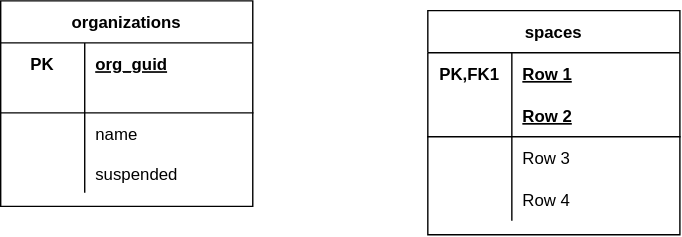
Above: docs/datamodel.svg in alphagov/paas-steampipe-dashboard (draw.io), before the change. Source tidied: cells renumbered, new cells last; positions are measured from the earlier drawing's top-left corner, leaving out a move shared by most shapes.
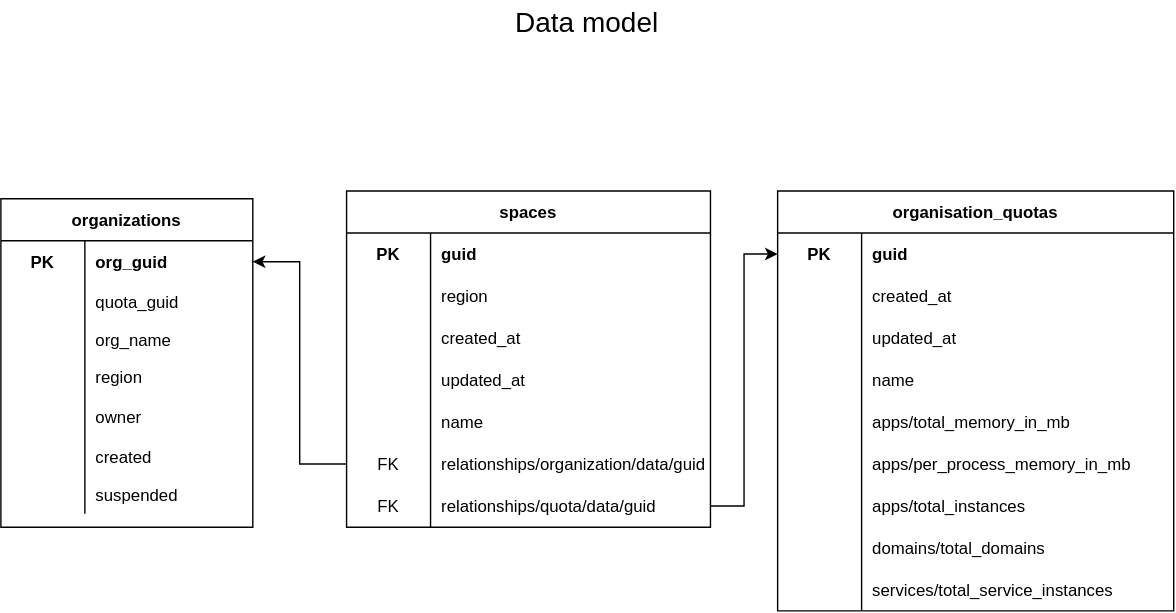
The same file after the commit.

Commit message:
refresh diagram

Change to the diagram source:
```diff
@@ -3,7 +3,7 @@
     <mxCell id="0" />
     <mxCell id="1" parent="0" />
     <mxCell id="2" value="organizations" style="shape=table;startSize=30;rowLines=0;fontStyle=1;align=center;" parent="1" vertex="1">
-      <mxGeometry width="180" height="146.8" as="geometry" />
+      <mxGeometry x="78" y="-15.5" width="180" height="234.8" as="geometry" />
     </mxCell>
     <mxCell id="3" style="shape=tableRow;horizontal=0;startSize=0;swimlaneHead=0;swimlaneBody=0;fillColor=none;points=[[0,0.5],[1,0.5]];portConstraint=eastwest;top=0;left=0;right=0;bottom=0;" parent="2" vertex="1">
       <mxGeometry y="30" width="180" height="30" as="geometry" />
@@ -11,74 +11,221 @@
     <mxCell id="4" value="PK" style="shape=partialRectangle;fillColor=none;top=0;left=0;bottom=0;right=0;fontStyle=1;overflow=hidden;" parent="3" vertex="1">
       <mxGeometry width="60" height="30" as="geometry" />
     </mxCell>
-    <mxCell id="5" value="org_guid" style="shape=partialRectangle;fillColor=none;top=0;left=0;bottom=0;right=0;align=left;spacingLeft=6;fontStyle=5;overflow=hidden;" parent="3" vertex="1">
+    <mxCell id="5" value="org_guid" style="shape=partialRectangle;fillColor=none;top=0;left=0;bottom=0;right=0;align=left;spacingLeft=6;fontStyle=1;overflow=hidden;" parent="3" vertex="1">
       <mxGeometry x="60" width="120" height="30" as="geometry" />
     </mxCell>
-    <mxCell id="6" style="shape=tableRow;horizontal=0;startSize=0;swimlaneHead=0;swimlaneBody=0;fillColor=none;top=0;left=0;right=0;bottom=1;" parent="2" vertex="1">
-      <mxGeometry y="60" width="180" height="20" as="geometry" />
-    </mxCell>
-    <mxCell id="7" style="shape=partialRectangle;fillColor=none;top=0;left=0;bottom=0;right=0;fontStyle=1;overflow=hidden;" parent="6" vertex="1">
-      <mxGeometry width="60" height="20" as="geometry" />
-    </mxCell>
-    <mxCell id="8" style="shape=partialRectangle;fillColor=none;top=0;left=0;bottom=0;right=0;align=left;spacingLeft=6;fontStyle=5;overflow=hidden;" parent="6" vertex="1">
-      <mxGeometry x="60" width="120" height="20" as="geometry" />
-    </mxCell>
+    <mxCell id="28" style="shape=tableRow;horizontal=0;startSize=0;swimlaneHead=0;swimlaneBody=0;fillColor=none;top=0;left=0;right=0;bottom=0;" parent="2" vertex="1">
+      <mxGeometry y="60" width="180" height="27" as="geometry" />
+    </mxCell>
+    <mxCell id="29" style="shape=partialRectangle;fillColor=none;top=0;left=0;bottom=0;right=0;overflow=hidden;" parent="28" vertex="1">
+      <mxGeometry width="60" height="27" as="geometry" />
+    </mxCell>
+    <mxCell id="30" value="quota_guid" style="shape=partialRectangle;fillColor=none;top=0;left=0;bottom=0;right=0;align=left;spacingLeft=6;overflow=hidden;" parent="28" vertex="1">
+      <mxGeometry x="60" width="120" height="27" as="geometry" />
+    </mxCell>
+    <mxCell id="31" style="shape=tableRow;horizontal=0;startSize=0;swimlaneHead=0;swimlaneBody=0;fillColor=none;top=0;left=0;right=0;bottom=0;" parent="2" vertex="1">
+      <mxGeometry y="87" width="180" height="27" as="geometry" />
+    </mxCell>
+    <mxCell id="32" style="shape=partialRectangle;fillColor=none;top=0;left=0;bottom=0;right=0;overflow=hidden;" parent="31" vertex="1">
+      <mxGeometry width="60" height="27" as="geometry" />
+    </mxCell>
+    <mxCell id="33" value="org_name" style="shape=partialRectangle;fillColor=none;top=0;left=0;bottom=0;right=0;align=left;spacingLeft=6;overflow=hidden;" parent="31" vertex="1">
+      <mxGeometry x="60" width="120" height="27" as="geometry" />
+    </mxCell>
+    <mxCell id="12" style="shape=tableRow;horizontal=0;startSize=0;swimlaneHead=0;swimlaneBody=0;fillColor=none;top=0;left=0;right=0;bottom=0;" parent="2" vertex="1">
+      <mxGeometry y="114" width="180" height="27" as="geometry" />
+    </mxCell>
+    <mxCell id="13" style="shape=partialRectangle;fillColor=none;top=0;left=0;bottom=0;right=0;overflow=hidden;" parent="12" vertex="1">
+      <mxGeometry width="60" height="27" as="geometry" />
+    </mxCell>
+    <mxCell id="14" value="region" style="shape=partialRectangle;fillColor=none;top=0;left=0;bottom=0;right=0;align=left;spacingLeft=6;overflow=hidden;" parent="12" vertex="1">
+      <mxGeometry x="60" width="120" height="27" as="geometry" />
+    </mxCell>
     <mxCell id="9" style="shape=tableRow;horizontal=0;startSize=0;swimlaneHead=0;swimlaneBody=0;fillColor=none;top=0;left=0;right=0;bottom=0;" parent="2" vertex="1">
-      <mxGeometry y="80" width="180" height="30" as="geometry" />
+      <mxGeometry y="141" width="180" height="30" as="geometry" />
     </mxCell>
     <mxCell id="10" style="shape=partialRectangle;fillColor=none;top=0;left=0;bottom=0;right=0;overflow=hidden;" parent="9" vertex="1">
       <mxGeometry width="60" height="30" as="geometry" />
     </mxCell>
-    <mxCell id="11" value="name" style="shape=partialRectangle;fillColor=none;top=0;left=0;bottom=0;right=0;align=left;spacingLeft=6;overflow=hidden;" parent="9" vertex="1">
+    <mxCell id="11" value="owner" style="shape=partialRectangle;fillColor=none;top=0;left=0;bottom=0;right=0;align=left;spacingLeft=6;overflow=hidden;" parent="9" vertex="1">
       <mxGeometry x="60" width="120" height="30" as="geometry" />
     </mxCell>
-    <mxCell id="12" style="shape=tableRow;horizontal=0;startSize=0;swimlaneHead=0;swimlaneBody=0;fillColor=none;top=0;left=0;right=0;bottom=0;" parent="2" vertex="1">
-      <mxGeometry y="110" width="180" height="27" as="geometry" />
-    </mxCell>
-    <mxCell id="13" style="shape=partialRectangle;fillColor=none;top=0;left=0;bottom=0;right=0;overflow=hidden;" parent="12" vertex="1">
-      <mxGeometry width="60" height="27" as="geometry" />
-    </mxCell>
-    <mxCell id="14" value="suspended         " style="shape=partialRectangle;fillColor=none;top=0;left=0;bottom=0;right=0;align=left;spacingLeft=6;overflow=hidden;" parent="12" vertex="1">
-      <mxGeometry x="60" width="120" height="27" as="geometry" />
-    </mxCell>
+    <mxCell id="34" style="shape=tableRow;horizontal=0;startSize=0;swimlaneHead=0;swimlaneBody=0;fillColor=none;top=0;left=0;right=0;bottom=0;" parent="2" vertex="1">
+      <mxGeometry y="171" width="180" height="27" as="geometry" />
+    </mxCell>
+    <mxCell id="35" style="shape=partialRectangle;fillColor=none;top=0;left=0;bottom=0;right=0;overflow=hidden;" parent="34" vertex="1">
+      <mxGeometry width="60" height="27" as="geometry" />
+    </mxCell>
+    <mxCell id="36" value="created" style="shape=partialRectangle;fillColor=none;top=0;left=0;bottom=0;right=0;align=left;spacingLeft=6;overflow=hidden;" parent="34" vertex="1">
+      <mxGeometry x="60" width="120" height="27" as="geometry" />
+    </mxCell>
+    <mxCell id="37" style="shape=tableRow;horizontal=0;startSize=0;swimlaneHead=0;swimlaneBody=0;fillColor=none;top=0;left=0;right=0;bottom=0;" parent="2" vertex="1">
+      <mxGeometry y="198" width="180" height="27" as="geometry" />
+    </mxCell>
+    <mxCell id="38" style="shape=partialRectangle;fillColor=none;top=0;left=0;bottom=0;right=0;overflow=hidden;" parent="37" vertex="1">
+      <mxGeometry width="60" height="27" as="geometry" />
+    </mxCell>
+    <mxCell id="39" value="suspended" style="shape=partialRectangle;fillColor=none;top=0;left=0;bottom=0;right=0;align=left;spacingLeft=6;overflow=hidden;" parent="37" vertex="1">
+      <mxGeometry x="60" width="120" height="27" as="geometry" />
+    </mxCell>
     <mxCell id="15" value="spaces" style="shape=table;startSize=30;rowLines=0;fontStyle=1;align=center;" parent="1" vertex="1">
-      <mxGeometry x="305" y="7" width="180" height="160" as="geometry" />
+      <mxGeometry x="325" y="-21" width="260" height="240.2" as="geometry" />
     </mxCell>
     <mxCell id="16" style="shape=tableRow;horizontal=0;startSize=0;swimlaneHead=0;swimlaneBody=0;fillColor=none;top=0;left=0;right=0;bottom=0;" parent="15" vertex="1">
-      <mxGeometry y="30" width="180" height="30" as="geometry" />
+      <mxGeometry y="30" width="260" height="30" as="geometry" />
     </mxCell>
-    <mxCell id="17" value="PK,FK1" style="shape=partialRectangle;fillColor=none;top=0;left=0;bottom=0;right=0;fontStyle=1;overflow=hidden;" parent="16" vertex="1">
+    <mxCell id="17" value="PK" style="shape=partialRectangle;fillColor=none;top=0;left=0;bottom=0;right=0;fontStyle=1;overflow=hidden;" parent="16" vertex="1">
       <mxGeometry width="60" height="30" as="geometry" />
     </mxCell>
-    <mxCell id="18" value="Row 1" style="shape=partialRectangle;fillColor=none;top=0;left=0;bottom=0;right=0;align=left;spacingLeft=6;fontStyle=5;overflow=hidden;" parent="16" vertex="1">
-      <mxGeometry x="60" width="120" height="30" as="geometry" />
+    <mxCell id="18" value="guid" style="shape=partialRectangle;fillColor=none;top=0;left=0;bottom=0;right=0;align=left;spacingLeft=6;fontStyle=1;overflow=hidden;" parent="16" vertex="1">
+      <mxGeometry x="60" width="200" height="30" as="geometry" />
     </mxCell>
-    <mxCell id="19" style="shape=tableRow;horizontal=0;startSize=0;swimlaneHead=0;swimlaneBody=0;fillColor=none;top=0;left=0;right=0;bottom=1;" parent="15" vertex="1">
-      <mxGeometry y="60" width="180" height="30" as="geometry" />
-    </mxCell>
-    <mxCell id="20" style="shape=partialRectangle;fillColor=none;top=0;left=0;bottom=0;right=0;fontStyle=1;overflow=hidden;" parent="19" vertex="1">
-      <mxGeometry width="60" height="30" as="geometry" />
-    </mxCell>
-    <mxCell id="21" value="Row 2" style="shape=partialRectangle;fillColor=none;top=0;left=0;bottom=0;right=0;align=left;spacingLeft=6;fontStyle=5;overflow=hidden;" parent="19" vertex="1">
-      <mxGeometry x="60" width="120" height="30" as="geometry" />
-    </mxCell>
     <mxCell id="22" style="shape=tableRow;horizontal=0;startSize=0;swimlaneHead=0;swimlaneBody=0;fillColor=none;top=0;left=0;right=0;bottom=0;" parent="15" vertex="1">
-      <mxGeometry y="90" width="180" height="30" as="geometry" />
+      <mxGeometry y="60" width="260" height="30" as="geometry" />
     </mxCell>
     <mxCell id="23" style="shape=partialRectangle;fillColor=none;top=0;left=0;bottom=0;right=0;overflow=hidden;" parent="22" vertex="1">
       <mxGeometry width="60" height="30" as="geometry" />
     </mxCell>
-    <mxCell id="24" value="Row 3" style="shape=partialRectangle;fillColor=none;top=0;left=0;bottom=0;right=0;align=left;spacingLeft=6;overflow=hidden;" parent="22" vertex="1">
-      <mxGeometry x="60" width="120" height="30" as="geometry" />
+    <mxCell id="24" value="region" style="shape=partialRectangle;fillColor=none;top=0;left=0;bottom=0;right=0;align=left;spacingLeft=6;overflow=hidden;" parent="22" vertex="1">
+      <mxGeometry x="60" width="200" height="30" as="geometry" />
     </mxCell>
     <mxCell id="25" style="shape=tableRow;horizontal=0;startSize=0;swimlaneHead=0;swimlaneBody=0;fillColor=none;top=0;left=0;right=0;bottom=0;" parent="15" vertex="1">
-      <mxGeometry y="120" width="180" height="30" as="geometry" />
+      <mxGeometry y="90" width="260" height="30" as="geometry" />
     </mxCell>
     <mxCell id="26" style="shape=partialRectangle;fillColor=none;top=0;left=0;bottom=0;right=0;overflow=hidden;" parent="25" vertex="1">
       <mxGeometry width="60" height="30" as="geometry" />
     </mxCell>
-    <mxCell id="27" value="Row 4" style="shape=partialRectangle;fillColor=none;top=0;left=0;bottom=0;right=0;align=left;spacingLeft=6;overflow=hidden;" parent="25" vertex="1">
-      <mxGeometry x="60" width="120" height="30" as="geometry" />
+    <mxCell id="27" value="created_at" style="shape=partialRectangle;fillColor=none;top=0;left=0;bottom=0;right=0;align=left;spacingLeft=6;overflow=hidden;" parent="25" vertex="1">
+      <mxGeometry x="60" width="200" height="30" as="geometry" />
     </mxCell>
+    <mxCell id="40" style="shape=tableRow;horizontal=0;startSize=0;swimlaneHead=0;swimlaneBody=0;fillColor=none;top=0;left=0;right=0;bottom=0;" parent="15" vertex="1">
+      <mxGeometry y="120" width="260" height="30" as="geometry" />
+    </mxCell>
+    <mxCell id="41" style="shape=partialRectangle;fillColor=none;top=0;left=0;bottom=0;right=0;overflow=hidden;" parent="40" vertex="1">
+      <mxGeometry width="60" height="30" as="geometry" />
+    </mxCell>
+    <mxCell id="42" value="updated_at" style="shape=partialRectangle;fillColor=none;top=0;left=0;bottom=0;right=0;align=left;spacingLeft=6;overflow=hidden;" parent="40" vertex="1">
+      <mxGeometry x="60" width="200" height="30" as="geometry" />
+    </mxCell>
+    <mxCell id="43" style="shape=tableRow;horizontal=0;startSize=0;swimlaneHead=0;swimlaneBody=0;fillColor=none;top=0;left=0;right=0;bottom=0;" parent="15" vertex="1">
+      <mxGeometry y="150" width="260" height="30" as="geometry" />
+    </mxCell>
+    <mxCell id="44" style="shape=partialRectangle;fillColor=none;top=0;left=0;bottom=0;right=0;overflow=hidden;" parent="43" vertex="1">
+      <mxGeometry width="60" height="30" as="geometry" />
+    </mxCell>
+    <mxCell id="45" value="name" style="shape=partialRectangle;fillColor=none;top=0;left=0;bottom=0;right=0;align=left;spacingLeft=6;overflow=hidden;" parent="43" vertex="1">
+      <mxGeometry x="60" width="200" height="30" as="geometry" />
+    </mxCell>
+    <mxCell id="46" style="shape=tableRow;horizontal=0;startSize=0;swimlaneHead=0;swimlaneBody=0;fillColor=none;points=[[0,0.5],[1,0.5]];portConstraint=eastwest;top=0;left=0;right=0;bottom=0;" parent="15" vertex="1">
+      <mxGeometry y="180" width="260" height="30" as="geometry" />
+    </mxCell>
+    <mxCell id="47" value="FK" style="shape=partialRectangle;fillColor=none;top=0;left=0;bottom=0;right=0;overflow=hidden;" parent="46" vertex="1">
+      <mxGeometry width="60" height="30" as="geometry" />
+    </mxCell>
+    <mxCell id="48" value="relationships/organization/data/guid" style="shape=partialRectangle;fillColor=none;top=0;left=0;bottom=0;right=0;align=left;spacingLeft=6;overflow=hidden;" parent="46" vertex="1">
+      <mxGeometry x="60" width="200" height="30" as="geometry" />
+    </mxCell>
+    <mxCell id="49" style="shape=tableRow;horizontal=0;startSize=0;swimlaneHead=0;swimlaneBody=0;fillColor=none;points=[[0,0.5],[1,0.5]];portConstraint=eastwest;top=0;left=0;right=0;bottom=0;" parent="15" vertex="1">
+      <mxGeometry y="210" width="260" height="30" as="geometry" />
+    </mxCell>
+    <mxCell id="50" value="FK" style="shape=partialRectangle;fillColor=none;top=0;left=0;bottom=0;right=0;overflow=hidden;" parent="49" vertex="1">
+      <mxGeometry width="60" height="30" as="geometry" />
+    </mxCell>
+    <mxCell id="51" value="relationships/quota/data/guid" style="shape=partialRectangle;fillColor=none;top=0;left=0;bottom=0;right=0;align=left;spacingLeft=6;overflow=hidden;" parent="49" vertex="1">
+      <mxGeometry x="60" width="200" height="30" as="geometry" />
+    </mxCell>
+    <mxCell id="52" style="edgeStyle=orthogonalEdgeStyle;rounded=0;jettySize=auto;html=1;" parent="1" edge="1" source="46" target="3">
+      <mxGeometry relative="1" as="geometry" />
+    </mxCell>
+    <mxCell id="53" value="&lt;font style=&quot;font-size: 20px;&quot;&gt;Data model&lt;/font&gt;" style="text;html=1;strokeColor=none;fillColor=none;align=center;verticalAlign=middle;whiteSpace=wrap;rounded=0;" parent="1" vertex="1">
+      <mxGeometry x="399" y="-157" width="196" height="30" as="geometry" />
+    </mxCell>
+    <mxCell id="54" value="organisation_quotas" style="shape=table;startSize=30;rowLines=0;fontStyle=1;align=center;fontSize=12;" parent="1" vertex="1">
+      <mxGeometry x="633" y="-21" width="283" height="300" as="geometry" />
+    </mxCell>
+    <mxCell id="55" style="shape=tableRow;horizontal=0;startSize=0;swimlaneHead=0;swimlaneBody=0;fillColor=none;points=[[0,0.5],[1,0.5]];portConstraint=eastwest;top=0;left=0;right=0;bottom=0;fontSize=12;" parent="54" vertex="1">
+      <mxGeometry y="30" width="283" height="30" as="geometry" />
+    </mxCell>
+    <mxCell id="56" value="PK" style="shape=partialRectangle;fillColor=none;top=0;left=0;bottom=0;right=0;fontStyle=1;overflow=hidden;fontSize=12;" parent="55" vertex="1">
+      <mxGeometry width="60" height="30" as="geometry" />
+    </mxCell>
+    <mxCell id="57" value="guid" style="shape=partialRectangle;fillColor=none;top=0;left=0;bottom=0;right=0;align=left;spacingLeft=6;fontStyle=1;overflow=hidden;fontSize=12;" parent="55" vertex="1">
+      <mxGeometry x="60" width="223" height="30" as="geometry" />
+    </mxCell>
+    <mxCell id="58" style="shape=tableRow;horizontal=0;startSize=0;swimlaneHead=0;swimlaneBody=0;fillColor=none;top=0;left=0;right=0;bottom=0;fontSize=12;" parent="54" vertex="1">
+      <mxGeometry y="60" width="283" height="30" as="geometry" />
+    </mxCell>
+    <mxCell id="59" style="shape=partialRectangle;fillColor=none;top=0;left=0;bottom=0;right=0;overflow=hidden;fontSize=12;" parent="58" vertex="1">
+      <mxGeometry width="60" height="30" as="geometry" />
+    </mxCell>
+    <mxCell id="60" value="created_at   " style="shape=partialRectangle;fillColor=none;top=0;left=0;bottom=0;right=0;align=left;spacingLeft=6;overflow=hidden;fontSize=12;" parent="58" vertex="1">
+      <mxGeometry x="60" width="223" height="30" as="geometry" />
+    </mxCell>
+    <mxCell id="61" style="shape=tableRow;horizontal=0;startSize=0;swimlaneHead=0;swimlaneBody=0;fillColor=none;top=0;left=0;right=0;bottom=0;fontSize=12;" parent="54" vertex="1">
+      <mxGeometry y="90" width="283" height="30" as="geometry" />
+    </mxCell>
+    <mxCell id="62" style="shape=partialRectangle;fillColor=none;top=0;left=0;bottom=0;right=0;overflow=hidden;fontSize=12;" parent="61" vertex="1">
+      <mxGeometry width="60" height="30" as="geometry" />
+    </mxCell>
+    <mxCell id="63" value="updated_at" style="shape=partialRectangle;fillColor=none;top=0;left=0;bottom=0;right=0;align=left;spacingLeft=6;overflow=hidden;fontSize=12;" parent="61" vertex="1">
+      <mxGeometry x="60" width="223" height="30" as="geometry" />
+    </mxCell>
+    <mxCell id="64" style="shape=tableRow;horizontal=0;startSize=0;swimlaneHead=0;swimlaneBody=0;fillColor=none;top=0;left=0;right=0;bottom=0;fontSize=12;" parent="54" vertex="1">
+      <mxGeometry y="120" width="283" height="30" as="geometry" />
+    </mxCell>
+    <mxCell id="65" style="shape=partialRectangle;fillColor=none;top=0;left=0;bottom=0;right=0;overflow=hidden;fontSize=12;" parent="64" vertex="1">
+      <mxGeometry width="60" height="30" as="geometry" />
+    </mxCell>
+    <mxCell id="66" value="name" style="shape=partialRectangle;fillColor=none;top=0;left=0;bottom=0;right=0;align=left;spacingLeft=6;overflow=hidden;fontSize=12;" parent="64" vertex="1">
+      <mxGeometry x="60" width="223" height="30" as="geometry" />
+    </mxCell>
+    <mxCell id="67" style="shape=tableRow;horizontal=0;startSize=0;swimlaneHead=0;swimlaneBody=0;fillColor=none;top=0;left=0;right=0;bottom=0;fontSize=12;" parent="54" vertex="1">
+      <mxGeometry y="150" width="283" height="30" as="geometry" />
+    </mxCell>
+    <mxCell id="68" style="shape=partialRectangle;fillColor=none;top=0;left=0;bottom=0;right=0;overflow=hidden;fontSize=12;" parent="67" vertex="1">
+      <mxGeometry width="60" height="30" as="geometry" />
+    </mxCell>
+    <mxCell id="69" value="apps/total_memory_in_mb" style="shape=partialRectangle;fillColor=none;top=0;left=0;bottom=0;right=0;align=left;spacingLeft=6;overflow=hidden;fontSize=12;" parent="67" vertex="1">
+      <mxGeometry x="60" width="223" height="30" as="geometry" />
+    </mxCell>
+    <mxCell id="70" style="shape=tableRow;horizontal=0;startSize=0;swimlaneHead=0;swimlaneBody=0;fillColor=none;top=0;left=0;right=0;bottom=0;fontSize=12;" parent="54" vertex="1">
+      <mxGeometry y="180" width="283" height="30" as="geometry" />
+    </mxCell>
+    <mxCell id="71" style="shape=partialRectangle;fillColor=none;top=0;left=0;bottom=0;right=0;overflow=hidden;fontSize=12;" parent="70" vertex="1">
+      <mxGeometry width="60" height="30" as="geometry" />
+    </mxCell>
+    <mxCell id="72" value="apps/per_process_memory_in_mb" style="shape=partialRectangle;fillColor=none;top=0;left=0;bottom=0;right=0;align=left;spacingLeft=6;overflow=hidden;fontSize=12;" parent="70" vertex="1">
+      <mxGeometry x="60" width="223" height="30" as="geometry" />
+    </mxCell>
+    <mxCell id="73" style="shape=tableRow;horizontal=0;startSize=0;swimlaneHead=0;swimlaneBody=0;fillColor=none;top=0;left=0;right=0;bottom=0;fontSize=12;" parent="54" vertex="1">
+      <mxGeometry y="210" width="283" height="30" as="geometry" />
+    </mxCell>
+    <mxCell id="74" style="shape=partialRectangle;fillColor=none;top=0;left=0;bottom=0;right=0;overflow=hidden;fontSize=12;" parent="73" vertex="1">
+      <mxGeometry width="60" height="30" as="geometry" />
+    </mxCell>
+    <mxCell id="75" value="apps/total_instances" style="shape=partialRectangle;fillColor=none;top=0;left=0;bottom=0;right=0;align=left;spacingLeft=6;overflow=hidden;fontSize=12;" parent="73" vertex="1">
+      <mxGeometry x="60" width="223" height="30" as="geometry" />
+    </mxCell>
+    <mxCell id="76" style="shape=tableRow;horizontal=0;startSize=0;swimlaneHead=0;swimlaneBody=0;fillColor=none;top=0;left=0;right=0;bottom=0;fontSize=12;" parent="54" vertex="1">
+      <mxGeometry y="240" width="283" height="30" as="geometry" />
+    </mxCell>
+    <mxCell id="77" style="shape=partialRectangle;fillColor=none;top=0;left=0;bottom=0;right=0;overflow=hidden;fontSize=12;" parent="76" vertex="1">
+      <mxGeometry width="60" height="30" as="geometry" />
+    </mxCell>
+    <mxCell id="78" value="domains/total_domains" style="shape=partialRectangle;fillColor=none;top=0;left=0;bottom=0;right=0;align=left;spacingLeft=6;overflow=hidden;fontSize=12;" parent="76" vertex="1">
+      <mxGeometry x="60" width="223" height="30" as="geometry" />
+    </mxCell>
+    <mxCell id="79" style="shape=tableRow;horizontal=0;startSize=0;swimlaneHead=0;swimlaneBody=0;fillColor=none;top=0;left=0;right=0;bottom=0;fontSize=12;" parent="54" vertex="1">
+      <mxGeometry y="270" width="283" height="30" as="geometry" />
+    </mxCell>
+    <mxCell id="80" style="shape=partialRectangle;fillColor=none;top=0;left=0;bottom=0;right=0;overflow=hidden;fontSize=12;" parent="79" vertex="1">
+      <mxGeometry width="60" height="30" as="geometry" />
+    </mxCell>
+    <mxCell id="81" value="services/total_service_instances" style="shape=partialRectangle;fillColor=none;top=0;left=0;bottom=0;right=0;align=left;spacingLeft=6;overflow=hidden;fontSize=12;" parent="79" vertex="1">
+      <mxGeometry x="60" width="223" height="30" as="geometry" />
+    </mxCell>
+    <mxCell id="82" style="edgeStyle=orthogonalEdgeStyle;rounded=0;jettySize=auto;html=1;fontSize=12;" parent="1" edge="1" source="49" target="55">
+      <mxGeometry relative="1" as="geometry" />
+    </mxCell>
   </root>
 </mxGraphModel>
```
